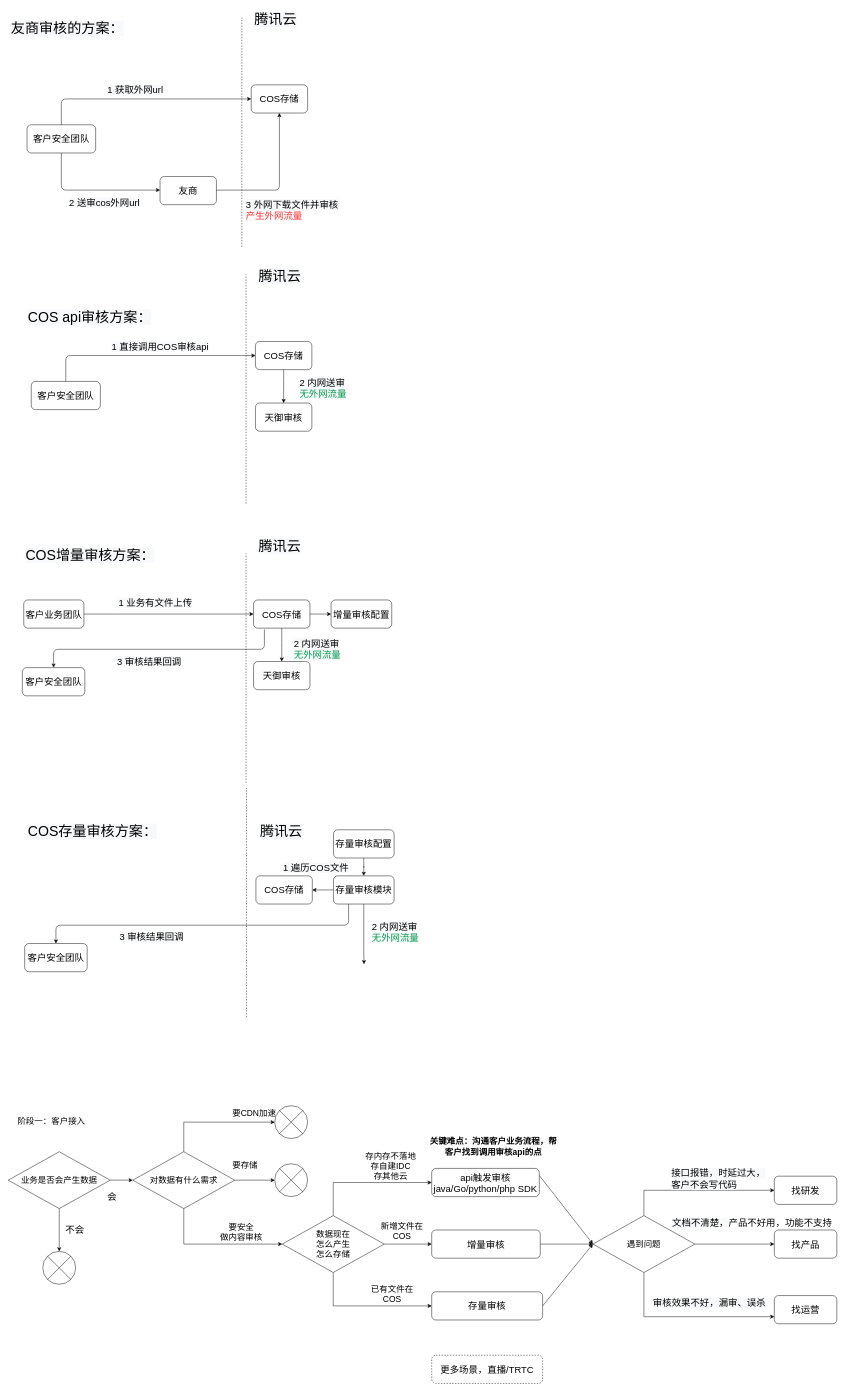
Before: page "通用审核流程图" (1 of 7) of CI.drawio in wangnan8791/document, a draw.io diagram. Source tidied: cells renumbered, new cells numbered last; positions are measured from the earlier drawing's top-left corner, leaving out a move shared by most shapes. Both pictures are drawn from the tidied source at 47%, with x=0, y=0 at pixel (8, 8).
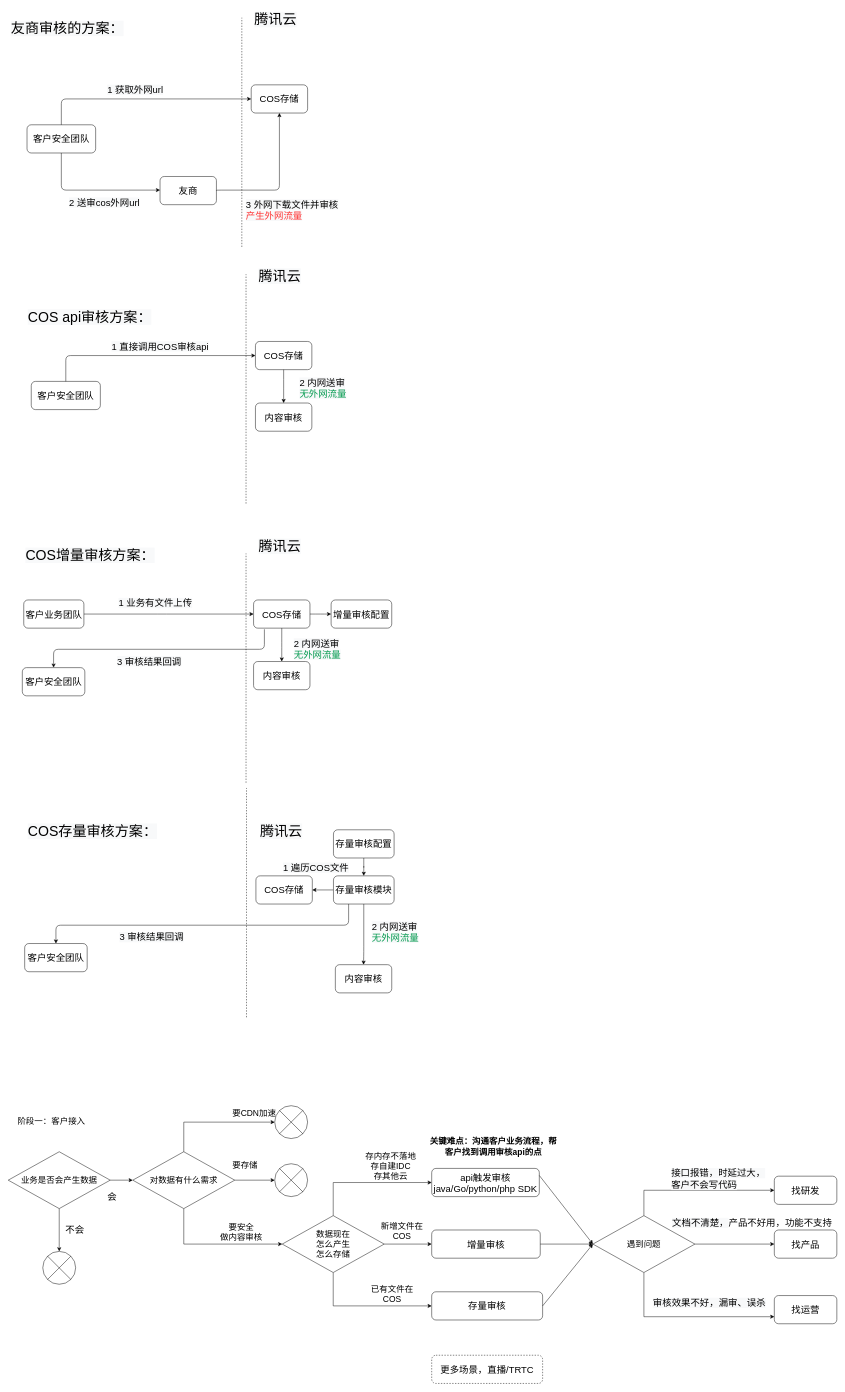
The same diagram, later.

The change refers to these unchanged cells:
```xml
<mxCell id="44" value="存量审核模块" style="rounded=1;whiteSpace=wrap;html=1;fontSize=20;" parent="1" vertex="1">
  <mxGeometry x="692" y="1846" width="129" height="60" as="geometry" />
</mxCell>
```

What changed in the source:
```diff
@@
-    <mxCell id="18" value="天御审核" style="rounded=1;whiteSpace=wrap;html=1;fontSize=20;" parent="1" vertex="1">
+    <mxCell id="18" value="内容审核" style="rounded=1;whiteSpace=wrap;html=1;fontSize=20;" parent="1" vertex="1">
       <mxGeometry x="526" y="840" width="120" height="60" as="geometry" />
     </mxCell>
@@
-    <mxCell id="28" value="天御审核" style="rounded=1;whiteSpace=wrap;html=1;fontSize=20;" parent="1" vertex="1">
+    <mxCell id="28" value="内容审核" style="rounded=1;whiteSpace=wrap;html=1;fontSize=20;" parent="1" vertex="1">
       <mxGeometry x="522" y="1390" width="120" height="60" as="geometry" />
     </mxCell>
@@
-    <mxCell id="52" style="edgeStyle=elbowEdgeStyle;elbow=vertical;endArrow=classic;html=1;fontSize=20;exitX=0.5;exitY=1;exitDx=0;exitDy=0;" parent="1" edge="1" source="44">
+    <mxCell id="52" style="edgeStyle=elbowEdgeStyle;elbow=vertical;endArrow=classic;html=1;fontSize=20;exitX=0.5;exitY=1;exitDx=0;exitDy=0;entryX=0.5;entryY=0;entryDx=0;entryDy=0;" parent="1" edge="1" source="44" target="94">
       <mxGeometry relative="1" as="geometry">
-        <mxPoint x="757" y="2034" as="targetPoint" />
         <Array as="points">
           <mxPoint x="701" y="2007" />
           <mxPoint x="764.5" y="1651.7" />
           <mxPoint x="763.5" y="1727.7" />
           <mxPoint x="606.5" y="1583.7" />
         </Array>
       </mxGeometry>
     </mxCell>
@@
+    <mxCell id="94" value="内容审核" style="rounded=1;whiteSpace=wrap;html=1;fontSize=20;" parent="1" vertex="1">
+      <mxGeometry x="696" y="2035" width="120" height="60" as="geometry" />
+    </mxCell>
```
